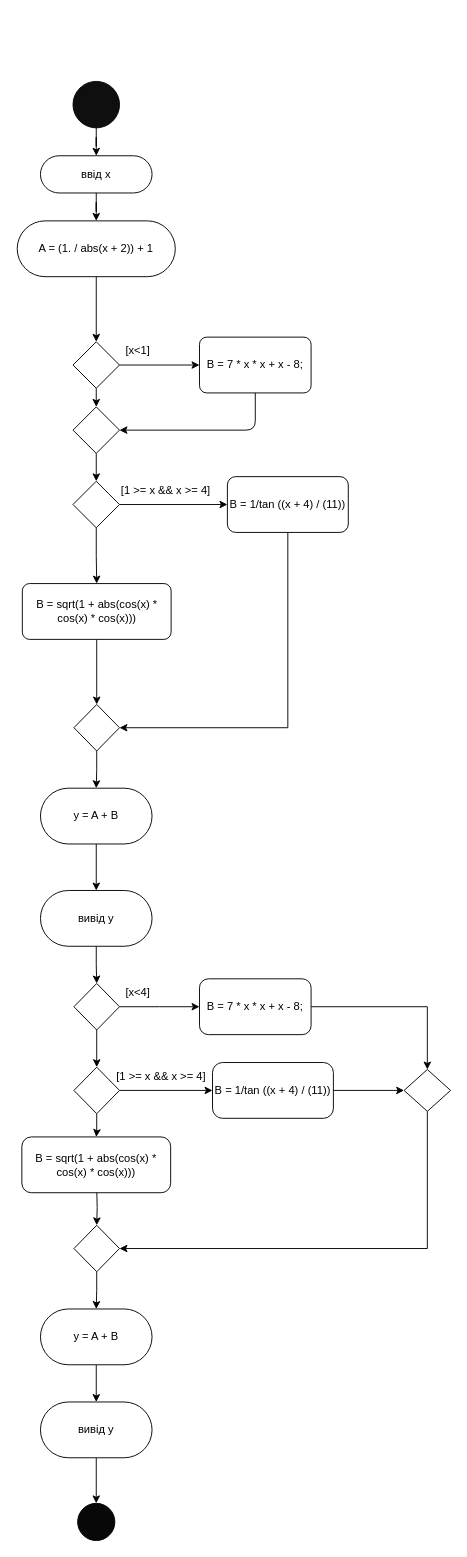
This is Uml Diagram.drawio from ZhurakovskyiArtem/lab_03, a draw.io file, before an edit. Source tidied: cells renumbered, new cells numbered last; positions are measured from the earlier drawing's top-left corner, leaving out a move shared by most shapes. Both pictures are drawn from the tidied source at 93%, with x=0, y=0 at pixel (17, 81).
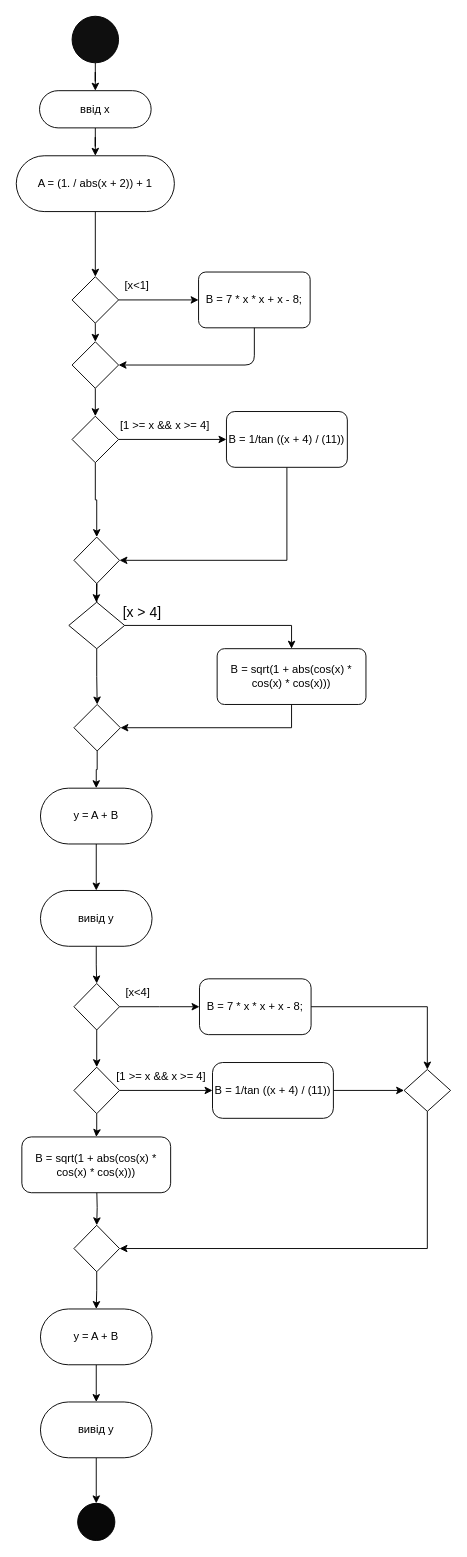
Above is the later version.

Unchanged cells that the change refers to:
```xml
<mxCell id="27" value="y = A + B" style="whiteSpace=wrap;html=1;fillColor=#FFFFFF;rounded=1;arcSize=50;" parent="1" vertex="1">
  <mxGeometry x="25" y="760" width="120" height="60" as="geometry" />
</mxCell>
```

Change to the diagram source:
```diff
@@
     <mxCell id="3" style="ellipse;whiteSpace=wrap;html=1;fillColor=#0F0F0F;" parent="1" vertex="1">
-      <mxGeometry x="60" width="50" height="50" as="geometry" />
+      <mxGeometry x="59" y="-70" width="50" height="50" as="geometry" />
     </mxCell>
@@
     <mxCell id="5" value="ввід x" style="whiteSpace=wrap;html=1;fillColor=#FFFFFF;rounded=1;arcSize=50;" parent="1" vertex="1">
-      <mxGeometry x="25" y="80" width="120" height="40" as="geometry" />
+      <mxGeometry x="24" y="10" width="120" height="40" as="geometry" />
     </mxCell>
@@
     <mxCell id="7" value="A = (1. / abs(x + 2)) + 1" style="whiteSpace=wrap;html=1;fillColor=#FFFFFF;rounded=1;arcSize=50;" parent="1" vertex="1">
-      <mxGeometry y="150" width="170" height="60" as="geometry" />
+      <mxGeometry x="-1" y="80" width="170" height="60" as="geometry" />
     </mxCell>
@@
     <mxCell id="10" style="rhombus;whiteSpace=wrap;html=1;fillColor=#FFFFFF;" parent="1" vertex="1">
-      <mxGeometry x="60" y="280" width="50" height="50" as="geometry" />
+      <mxGeometry x="59" y="210" width="50" height="50" as="geometry" />
     </mxCell>
     <mxCell id="11" value="B = 7 * x * x + x - 8;" style="whiteSpace=wrap;html=1;fillColor=#FFFFFF;rounded=1;arcSize=13;" parent="1" vertex="1">
-      <mxGeometry x="196" y="275" width="120" height="60" as="geometry" />
+      <mxGeometry x="195" y="205" width="120" height="60" as="geometry" />
     </mxCell>
     <mxCell id="12" value="[x&amp;lt;1]" style="text;html=1;strokeColor=none;fillColor=none;align=center;verticalAlign=middle;whiteSpace=wrap;rounded=0;" parent="1" vertex="1">
-      <mxGeometry x="110" y="280" width="40" height="20" as="geometry" />
+      <mxGeometry x="109" y="210" width="40" height="20" as="geometry" />
     </mxCell>
     <mxCell id="13" style="endArrow=classic;html=1;entryX=1;entryY=0.5;entryDx=0;entryDy=0;exitX=0.5;exitY=1;exitDx=0;exitDy=0;" parent="1" edge="1" source="11" target="15">
       <mxGeometry relative="1" as="geometry">
         <Array as="points">
-          <mxPoint x="256" y="375" />
+          <mxPoint x="255" y="305" />
         </Array>
       </mxGeometry>
     </mxCell>
@@
     <mxCell id="15" style="rhombus;whiteSpace=wrap;html=1;fillColor=#FFFFFF;" parent="1" vertex="1">
-      <mxGeometry x="60" y="350" width="50" height="50" as="geometry" />
+      <mxGeometry x="59" y="280" width="50" height="50" as="geometry" />
     </mxCell>
@@
-    <mxCell id="17" style="edgeStyle=orthogonalEdgeStyle;rounded=0;jettySize=auto;html=1;exitX=0.5;exitY=1;exitDx=0;exitDy=0;entryX=0.5;entryY=0;entryDx=0;entryDy=0;" parent="1" edge="1" source="18" target="23">
+    <mxCell id="17" style="edgeStyle=orthogonalEdgeStyle;rounded=0;jettySize=auto;html=1;exitX=0.5;exitY=1;exitDx=0;exitDy=0;entryX=0.5;entryY=0;entryDx=0;entryDy=0;" parent="1" edge="1" source="18" target="25">
       <mxGeometry relative="1" as="geometry" />
     </mxCell>
     <mxCell id="18" style="rhombus;whiteSpace=wrap;html=1;fillColor=#FFFFFF;" parent="1" vertex="1">
-      <mxGeometry x="60" y="430" width="50" height="50" as="geometry" />
+      <mxGeometry x="59" y="360" width="50" height="50" as="geometry" />
     </mxCell>
     <mxCell id="19" style="edgeStyle=orthogonalEdgeStyle;rounded=0;jettySize=auto;html=1;exitX=0.5;exitY=1;exitDx=0;exitDy=0;entryX=1;entryY=0.5;entryDx=0;entryDy=0;" parent="1" edge="1" source="20" target="25">
-      <mxGeometry relative="1" as="geometry">
-        <Array as="points">
-          <mxPoint x="291" y="695" />
-        </Array>
-      </mxGeometry>
+      <mxGeometry relative="1" as="geometry" />
     </mxCell>
     <mxCell id="20" value="B = 1/tan ((x + 4) / (11))" style="rounded=1;whiteSpace=wrap;html=1;fillColor=#FFFFFF;arcSize=15;" parent="1" vertex="1">
-      <mxGeometry x="226" y="425" width="130" height="60" as="geometry" />
+      <mxGeometry x="225" y="355" width="130" height="60" as="geometry" />
     </mxCell>
     <mxCell id="21" value="[1 &amp;gt;= x &amp;amp;&amp;amp; x &amp;gt;= 4]" style="text;html=1;strokeColor=none;fillColor=none;align=center;verticalAlign=middle;whiteSpace=wrap;rounded=0;" parent="1" vertex="1">
-      <mxGeometry x="110" y="430" width="100" height="20" as="geometry" />
+      <mxGeometry x="109" y="360" width="100" height="20" as="geometry" />
     </mxCell>
-    <mxCell id="22" style="edgeStyle=orthogonalEdgeStyle;rounded=0;jettySize=auto;html=1;exitX=0.5;exitY=1;exitDx=0;exitDy=0;entryX=0.5;entryY=0;entryDx=0;entryDy=0;" parent="1" edge="1" source="23" target="25">
-      <mxGeometry relative="1" as="geometry" />
-    </mxCell>
+    <mxCell id="53" style="edgeStyle=orthogonalEdgeStyle;rounded=0;jettySize=auto;html=1;exitX=0.5;exitY=1;exitDx=0;exitDy=0;entryX=1;entryY=0.5;entryDx=0;entryDy=0;" parent="1" edge="1" source="23" target="58">
+      <mxGeometry relative="1" as="geometry" />
+    </mxCell>
     <mxCell id="23" value="B = sqrt(1 + abs(cos(x) * cos(x) * cos(x)))" style="whiteSpace=wrap;html=1;fillColor=#FFFFFF;rounded=1;arcSize=13;" parent="1" vertex="1">
-      <mxGeometry x="5.5" y="540" width="160" height="60" as="geometry" />
+      <mxGeometry x="215" y="610" width="160" height="60" as="geometry" />
     </mxCell>
-    <mxCell id="24" style="edgeStyle=orthogonalEdgeStyle;rounded=0;jettySize=auto;html=1;" parent="1" edge="1" source="25" target="27">
-      <mxGeometry relative="1" as="geometry" />
+    <mxCell id="24" style="edgeStyle=orthogonalEdgeStyle;rounded=0;jettySize=auto;html=1;" parent="1" edge="1" source="25">
+      <mxGeometry relative="1" as="geometry">
+        <mxPoint x="85" y="560" as="targetPoint" />
+      </mxGeometry>
     </mxCell>
     <mxCell id="25" style="rhombus;whiteSpace=wrap;html=1;fillColor=#FFFFFF;" parent="1" vertex="1">
-      <mxGeometry x="61" y="670" width="49" height="50" as="geometry" />
+      <mxGeometry x="61" y="490" width="49" height="50" as="geometry" />
     </mxCell>
@@
+    <mxCell id="54" value="[x &amp;gt; 4]" style="edgeStyle=orthogonalEdgeStyle;rounded=0;jettySize=auto;html=1;exitX=1;exitY=0.5;exitDx=0;exitDy=0;entryX=0.5;entryY=0;entryDx=0;entryDy=0;fontSize=15;" parent="1" edge="1" source="56" target="23">
+      <mxGeometry x="-0.81" y="15" relative="1" as="geometry">
+        <mxPoint x="-1" as="offset" />
+      </mxGeometry>
+    </mxCell>
+    <mxCell id="55" style="edgeStyle=orthogonalEdgeStyle;rounded=0;jettySize=auto;html=1;exitX=0.5;exitY=1;exitDx=0;exitDy=0;entryX=0.5;entryY=0;entryDx=0;entryDy=0;" parent="1" edge="1" source="56" target="58">
+      <mxGeometry relative="1" as="geometry" />
+    </mxCell>
+    <mxCell id="56" style="rhombus;whiteSpace=wrap;html=1;" parent="1" vertex="1">
+      <mxGeometry x="55.5" y="560" width="60" height="50" as="geometry" />
+    </mxCell>
+    <mxCell id="57" style="edgeStyle=orthogonalEdgeStyle;rounded=0;jettySize=auto;html=1;exitX=0.5;exitY=1;exitDx=0;exitDy=0;entryX=0.5;entryY=0;entryDx=0;entryDy=0;" parent="1" edge="1" source="58" target="27">
+      <mxGeometry relative="1" as="geometry" />
+    </mxCell>
+    <mxCell id="58" style="rhombus;whiteSpace=wrap;html=1;" parent="1" vertex="1">
+      <mxGeometry x="61" y="670" width="50" height="50" as="geometry" />
+    </mxCell>
```
